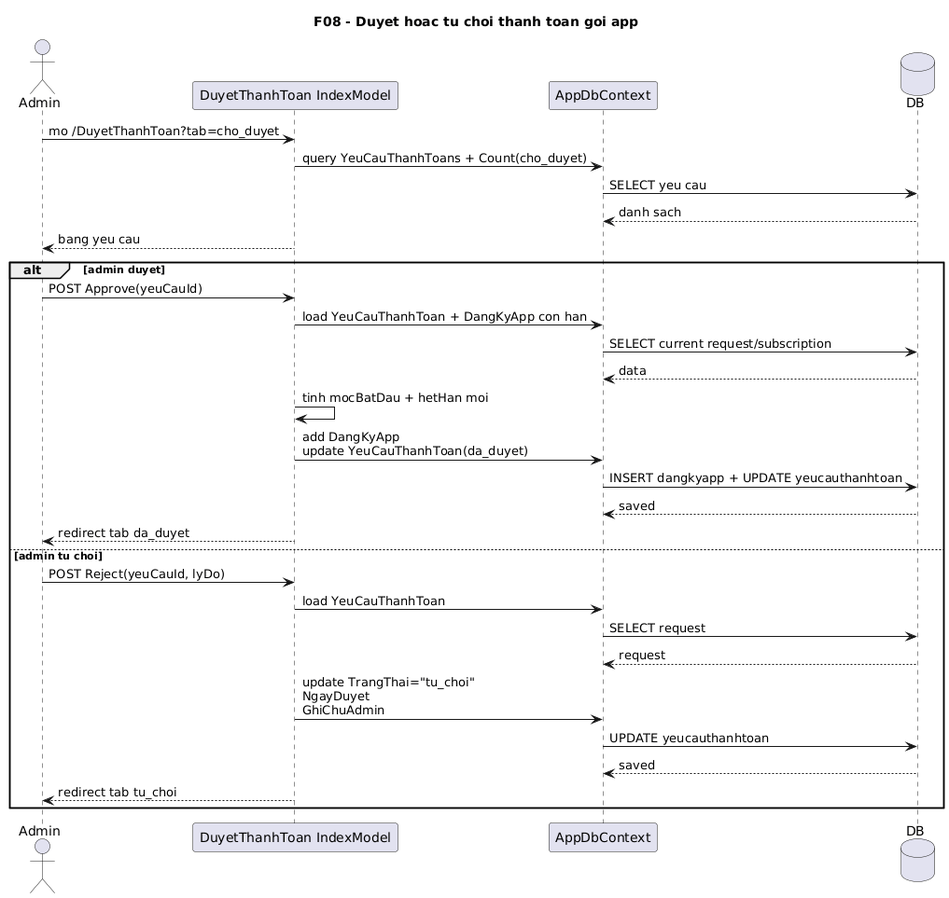
The PlantUML diagram docs/diagrams/png/08-app-payment-approval-sequence.png in VoBao182/PhoAmThuc, before a commit. The source it was exported from:
```plantuml
@startuml
title F08 - Duyet hoac tu choi thanh toan goi app

actor Admin
participant "DuyetThanhToan IndexModel" as IndexModel
participant AppDbContext
database DB

Admin -> IndexModel: mo /DuyetThanhToan?tab=cho_duyet
IndexModel -> AppDbContext: query YeuCauThanhToans + Count(cho_duyet)
AppDbContext -> DB: SELECT yeu cau
DB --> AppDbContext: danh sach
IndexModel --> Admin: bang yeu cau

alt admin duyet
  Admin -> IndexModel: POST Approve(yeuCauId)
  IndexModel -> AppDbContext: load YeuCauThanhToan + DangKyApp con han
  AppDbContext -> DB: SELECT current request/subscription
  DB --> AppDbContext: data
  IndexModel -> IndexModel: tinh mocBatDau + hetHan moi
  IndexModel -> AppDbContext: add DangKyApp\nupdate YeuCauThanhToan(da_duyet)
  AppDbContext -> DB: INSERT dangkyapp + UPDATE yeucauthanhtoan
  DB --> AppDbContext: saved
  IndexModel --> Admin: redirect tab da_duyet
else admin tu choi
  Admin -> IndexModel: POST Reject(yeuCauId, lyDo)
  IndexModel -> AppDbContext: load YeuCauThanhToan
  AppDbContext -> DB: SELECT request
  DB --> AppDbContext: request
  IndexModel -> AppDbContext: update TrangThai="tu_choi"\nNgayDuyet\nGhiChuAdmin
  AppDbContext -> DB: UPDATE yeucauthanhtoan
  DB --> AppDbContext: saved
  IndexModel --> Admin: redirect tab tu_choi
end
@enduml
```
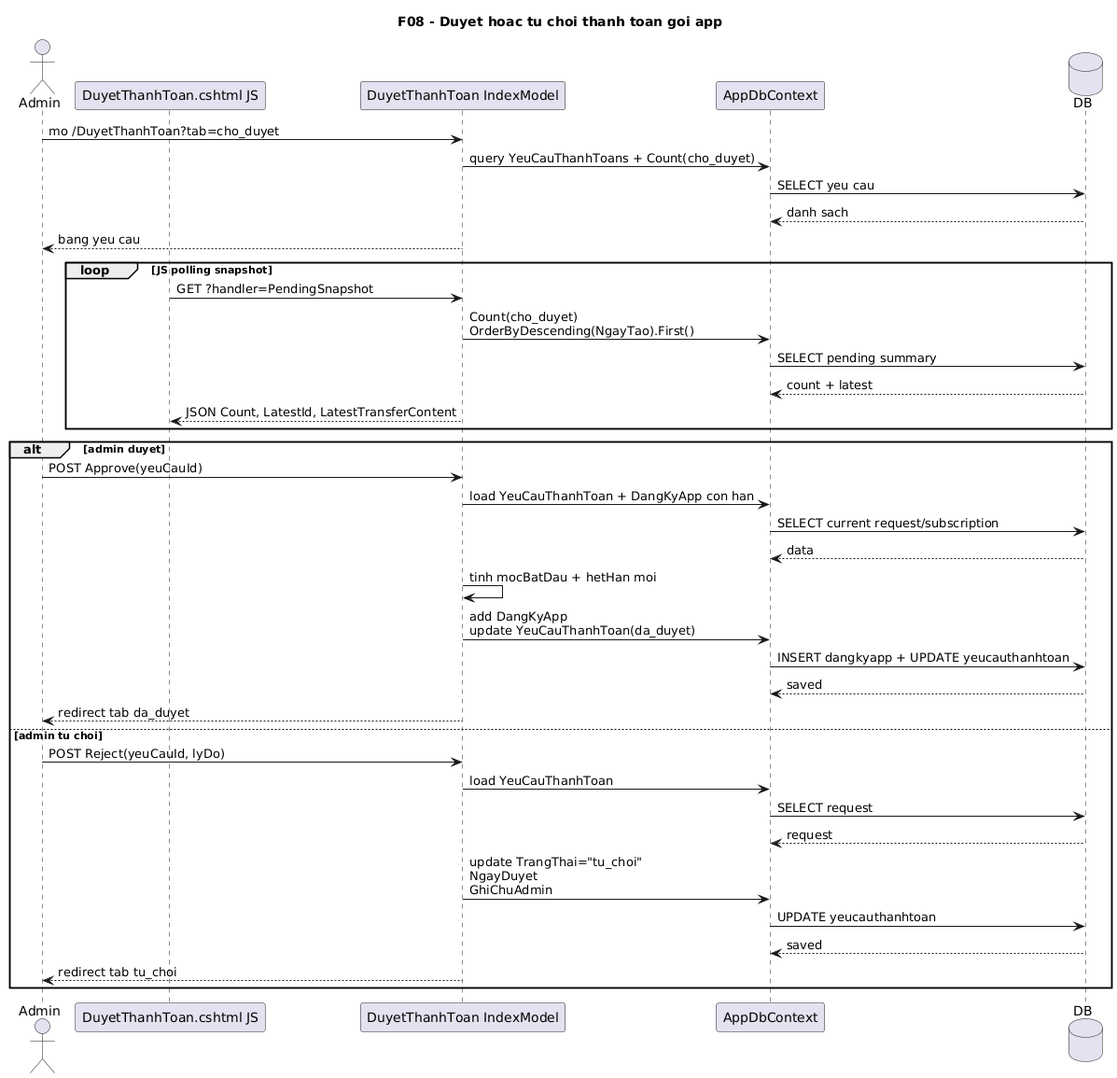
Above is the later version.

What changed in the source:
```diff
@@ -2,6 +2,7 @@
 title F08 - Duyet hoac tu choi thanh toan goi app
 
 actor Admin
+participant "DuyetThanhToan.cshtml JS" as JS
 participant "DuyetThanhToan IndexModel" as IndexModel
 participant AppDbContext
 database DB
@@ -11,6 +12,14 @@
 AppDbContext -> DB: SELECT yeu cau
 DB --> AppDbContext: danh sach
 IndexModel --> Admin: bang yeu cau
+
+loop JS polling snapshot
+  JS -> IndexModel: GET ?handler=PendingSnapshot
+  IndexModel -> AppDbContext: Count(cho_duyet)\nOrderByDescending(NgayTao).First()
+  AppDbContext -> DB: SELECT pending summary
+  DB --> AppDbContext: count + latest
+  IndexModel --> JS: JSON Count, LatestId, LatestTransferContent
+end
 
 alt admin duyet
   Admin -> IndexModel: POST Approve(yeuCauId)
```
